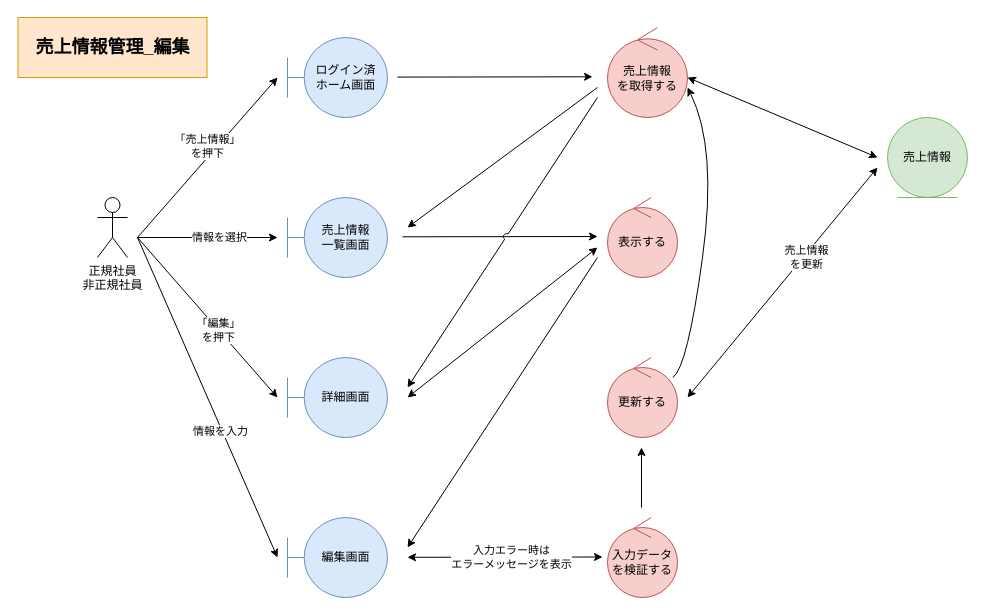
Above: page "*売上_編集" (3 of 4) of 各種設計書/3ロバストネス図/商品情報管理/F11売上.drawio in HaruShim/Sotuken (draw.io), before the change. Source tidied: cells renumbered, new cells numbered last; positions are measured from the earlier drawing's top-left corner, leaving out a move shared by most shapes. Both pictures are drawn from the tidied source at 100%, with x=0, y=0 at pixel (17, 17).
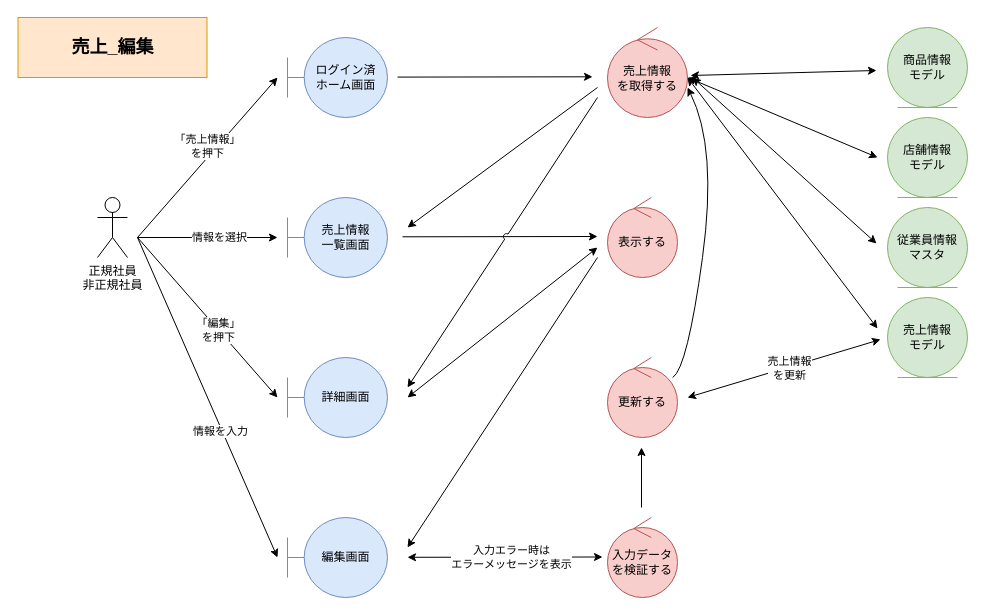
The same page after the edit.

Diff of the diagram source:
```diff
@@
-    <mxCell id="5" value="売上情報" style="ellipse;shape=umlEntity;whiteSpace=wrap;html=1;fillColor=#d5e8d4;strokeColor=#82b366;" parent="1" vertex="1">
-      <mxGeometry x="870" y="100" width="80" height="80" as="geometry" />
-    </mxCell>
@@
-    <mxCell id="21" style="endArrow=classic;html=1;rounded=0;startArrow=classic;startFill=1;strokeColor=default;labelBackgroundColor=default;fontColor=default;" parent="1" edge="1">
+    <mxCell id="21" style="endArrow=classic;html=1;rounded=0;startArrow=classic;startFill=1;labelBackgroundColor=default;fontColor=default;" parent="1" edge="1">
       <mxGeometry relative="1" as="geometry">
         <mxPoint x="670" y="380" as="sourcePoint" />
-        <mxPoint x="860" y="150" as="targetPoint" />
+        <mxPoint x="863" y="322" as="targetPoint" />
       </mxGeometry>
     </mxCell>
-    <mxCell id="22" value="売上情報&lt;br&gt;を更新" style="edgeLabel;html=1;align=center;verticalAlign=middle;fontColor=default;labelBackgroundColor=default;" parent="21" vertex="1">
+    <mxCell id="22" value="売上情報&lt;br&gt;を更新" style="edgeLabel;html=1;align=center;verticalAlign=middle;fontColor=default;labelBackgroundColor=#ffffff;" parent="21" vertex="1">
       <mxGeometry x="0.24" y="-1" relative="1" as="geometry">
-        <mxPoint y="1" as="offset" />
+        <mxPoint x="-18" y="6" as="offset" />
       </mxGeometry>
     </mxCell>
@@
-    <mxCell id="25" value="売上情報管理_編集" style="rounded=0;whiteSpace=wrap;html=1;fillColor=#ffe6cc;strokeColor=#d79b00;fontStyle=1;fontSize=18;" parent="1" vertex="1">
+    <mxCell id="25" value="売上_編集" style="rounded=0;whiteSpace=wrap;html=1;fillColor=#ffe6cc;strokeColor=#d79b00;fontStyle=1;fontSize=18;" parent="1" vertex="1">
       <mxGeometry x="0.5" width="189" height="60" as="geometry" />
     </mxCell>
@@
-    <mxCell id="33" style="curved=1;endArrow=classic;html=1;rounded=0;strokeColor=default;labelBackgroundColor=default;fontColor=default;" parent="1" edge="1">
+    <mxCell id="33" style="curved=1;endArrow=classic;html=1;rounded=0;labelBackgroundColor=default;fontColor=default;" parent="1" edge="1">
       <mxGeometry relative="1" as="geometry">
         <mxPoint x="655.3" y="360" as="sourcePoint" />
         <mxPoint x="670" y="70" as="targetPoint" />
         <Array as="points">
           <mxPoint x="670" y="350" />
           <mxPoint x="700" y="130" />
         </Array>
       </mxGeometry>
     </mxCell>
+    <mxCell id="34" value="店舗情報&lt;br&gt;モデル" style="ellipse;shape=umlEntity;whiteSpace=wrap;html=1;fillColor=#d5e8d4;strokeColor=#82b366;" parent="1" vertex="1">
+      <mxGeometry x="870" y="100" width="80" height="80" as="geometry" />
+    </mxCell>
+    <mxCell id="35" style="endArrow=classic;html=1;rounded=0;startArrow=classic;startFill=1;" parent="1" edge="1">
+      <mxGeometry relative="1" as="geometry">
+        <mxPoint x="670" y="60" as="sourcePoint" />
+        <mxPoint x="860" y="311" as="targetPoint" />
+      </mxGeometry>
+    </mxCell>
+    <mxCell id="36" value="商品情報&lt;br&gt;モデル" style="ellipse;shape=umlEntity;whiteSpace=wrap;html=1;fillColor=#d5e8d4;strokeColor=#82b366;" parent="1" vertex="1">
+      <mxGeometry x="870" y="10" width="80" height="80" as="geometry" />
+    </mxCell>
+    <mxCell id="37" value="従業員情報&lt;br&gt;マスタ" style="ellipse;shape=umlEntity;whiteSpace=wrap;html=1;fillColor=#d5e8d4;strokeColor=#82b366;" parent="1" vertex="1">
+      <mxGeometry x="870" y="190" width="80" height="80" as="geometry" />
+    </mxCell>
+    <mxCell id="38" value="売上情報&lt;br&gt;モデル" style="ellipse;shape=umlEntity;whiteSpace=wrap;html=1;fillColor=#d5e8d4;strokeColor=#82b366;" parent="1" vertex="1">
+      <mxGeometry x="870" y="280" width="80" height="80" as="geometry" />
+    </mxCell>
+    <mxCell id="39" style="endArrow=classic;html=1;rounded=0;startArrow=classic;startFill=1;" parent="1" edge="1">
+      <mxGeometry relative="1" as="geometry">
+        <mxPoint x="859" y="53" as="sourcePoint" />
+        <mxPoint x="673" y="58" as="targetPoint" />
+      </mxGeometry>
+    </mxCell>
+    <mxCell id="40" style="endArrow=classic;html=1;rounded=0;startArrow=classic;startFill=1;" parent="1" edge="1">
+      <mxGeometry relative="1" as="geometry">
+        <mxPoint x="859" y="226" as="sourcePoint" />
+        <mxPoint x="675" y="60" as="targetPoint" />
+      </mxGeometry>
+    </mxCell>
```
